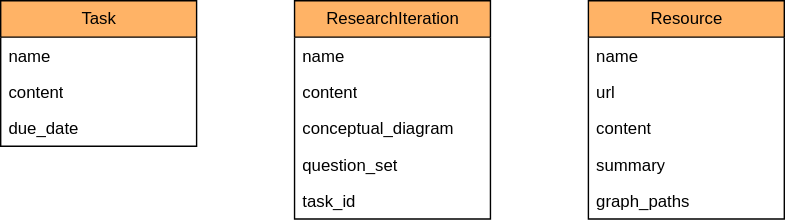
This is clients/python/percolate/notebooks/diagrams/researcher/entities.drawio.svg from Percolation-Labs/percolate, a draw.io export, as it was before one commit. Source tidied: cells renumbered, new cells last; positions are measured from the earlier drawing's top-left corner, leaving out a move shared by most shapes. Source of this version:
```xml
<mxGraphModel>
  <root>
    <mxCell id="0" />
    <mxCell id="1" parent="0" />
    <mxCell id="2" value="Task" style="swimlane;fontStyle=0;horizontal=1;startSize=26;fillColor=#FFB366;html=1;" parent="1" vertex="1">
      <mxGeometry width="140" height="104" as="geometry" />
    </mxCell>
    <mxCell id="3" value="name" style="text;strokeColor=none;fillColor=none;align=left;verticalAlign=top;spacingLeft=4;spacingRight=4;overflow=hidden;whiteSpace=wrap;html=1;" parent="2" vertex="1">
      <mxGeometry y="26" width="140" height="26" as="geometry" />
    </mxCell>
    <mxCell id="4" value="content" style="text;strokeColor=none;fillColor=none;align=left;verticalAlign=top;spacingLeft=4;spacingRight=4;overflow=hidden;whiteSpace=wrap;html=1;" parent="2" vertex="1">
      <mxGeometry y="52" width="140" height="26" as="geometry" />
    </mxCell>
    <mxCell id="5" value="due_date" style="text;strokeColor=none;fillColor=none;align=left;verticalAlign=top;spacingLeft=4;spacingRight=4;overflow=hidden;whiteSpace=wrap;html=1;" parent="2" vertex="1">
      <mxGeometry y="78" width="140" height="26" as="geometry" />
    </mxCell>
    <mxCell id="6" value="ResearchIteration" style="swimlane;fontStyle=0;horizontal=1;startSize=26;fillColor=#FFB366;html=1;" parent="1" vertex="1">
      <mxGeometry x="210" width="140" height="156" as="geometry" />
    </mxCell>
    <mxCell id="7" value="name" style="text;strokeColor=none;fillColor=none;align=left;verticalAlign=top;spacingLeft=4;spacingRight=4;overflow=hidden;whiteSpace=wrap;html=1;" parent="6" vertex="1">
      <mxGeometry y="26" width="140" height="26" as="geometry" />
    </mxCell>
    <mxCell id="8" value="content" style="text;strokeColor=none;fillColor=none;align=left;verticalAlign=top;spacingLeft=4;spacingRight=4;overflow=hidden;whiteSpace=wrap;html=1;" parent="6" vertex="1">
      <mxGeometry y="52" width="140" height="26" as="geometry" />
    </mxCell>
    <mxCell id="9" value="conceptual_diagram" style="text;strokeColor=none;fillColor=none;align=left;verticalAlign=top;spacingLeft=4;spacingRight=4;overflow=hidden;whiteSpace=wrap;html=1;" parent="6" vertex="1">
      <mxGeometry y="78" width="140" height="26" as="geometry" />
    </mxCell>
    <mxCell id="10" value="question_set" style="text;strokeColor=none;fillColor=none;align=left;verticalAlign=top;spacingLeft=4;spacingRight=4;overflow=hidden;whiteSpace=wrap;html=1;" parent="6" vertex="1">
      <mxGeometry y="104" width="140" height="26" as="geometry" />
    </mxCell>
    <mxCell id="11" value="task_id" style="text;strokeColor=none;fillColor=none;align=left;verticalAlign=top;spacingLeft=4;spacingRight=4;overflow=hidden;whiteSpace=wrap;html=1;" parent="6" vertex="1">
      <mxGeometry y="130" width="140" height="26" as="geometry" />
    </mxCell>
    <mxCell id="12" value="Resource" style="swimlane;fontStyle=0;horizontal=1;startSize=26;fillColor=#FFB366;html=1;" parent="1" vertex="1">
      <mxGeometry x="420" width="140" height="156" as="geometry" />
    </mxCell>
    <mxCell id="13" value="name" style="text;strokeColor=none;fillColor=none;align=left;verticalAlign=top;spacingLeft=4;spacingRight=4;overflow=hidden;whiteSpace=wrap;html=1;" parent="12" vertex="1">
      <mxGeometry y="26" width="140" height="26" as="geometry" />
    </mxCell>
    <mxCell id="14" value="url" style="text;strokeColor=none;fillColor=none;align=left;verticalAlign=top;spacingLeft=4;spacingRight=4;overflow=hidden;whiteSpace=wrap;html=1;" parent="12" vertex="1">
      <mxGeometry y="52" width="140" height="26" as="geometry" />
    </mxCell>
    <mxCell id="15" value="content" style="text;strokeColor=none;fillColor=none;align=left;verticalAlign=top;spacingLeft=4;spacingRight=4;overflow=hidden;whiteSpace=wrap;html=1;" parent="12" vertex="1">
      <mxGeometry y="78" width="140" height="26" as="geometry" />
    </mxCell>
    <mxCell id="16" value="summary" style="text;strokeColor=none;fillColor=none;align=left;verticalAlign=top;spacingLeft=4;spacingRight=4;overflow=hidden;whiteSpace=wrap;html=1;" parent="12" vertex="1">
      <mxGeometry y="104" width="140" height="26" as="geometry" />
    </mxCell>
    <mxCell id="17" value="graph_paths" style="text;strokeColor=none;fillColor=none;align=left;verticalAlign=top;spacingLeft=4;spacingRight=4;overflow=hidden;whiteSpace=wrap;html=1;" parent="12" vertex="1">
      <mxGeometry y="130" width="140" height="26" as="geometry" />
    </mxCell>
  </root>
</mxGraphModel>
```
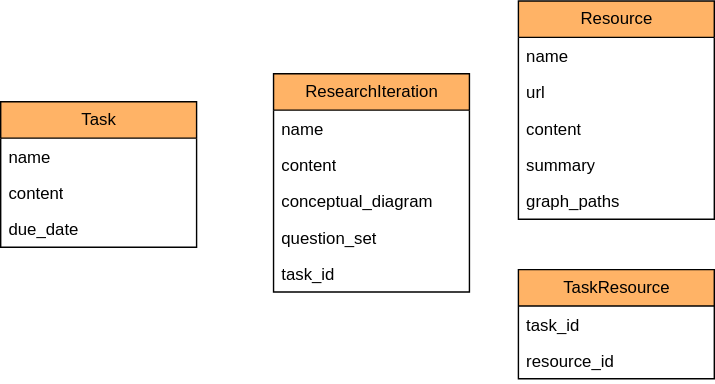
Later version of the same file.

Change to the diagram source:
```diff
@@ -3,7 +3,7 @@
     <mxCell id="0" />
     <mxCell id="1" parent="0" />
     <mxCell id="2" value="Task" style="swimlane;fontStyle=0;horizontal=1;startSize=26;fillColor=#FFB366;html=1;" parent="1" vertex="1">
-      <mxGeometry width="140" height="104" as="geometry" />
+      <mxGeometry x="-30" y="-8" width="140" height="104" as="geometry" />
     </mxCell>
     <mxCell id="3" value="name" style="text;strokeColor=none;fillColor=none;align=left;verticalAlign=top;spacingLeft=4;spacingRight=4;overflow=hidden;whiteSpace=wrap;html=1;" parent="2" vertex="1">
       <mxGeometry y="26" width="140" height="26" as="geometry" />
@@ -15,7 +15,7 @@
       <mxGeometry y="78" width="140" height="26" as="geometry" />
     </mxCell>
     <mxCell id="6" value="ResearchIteration" style="swimlane;fontStyle=0;horizontal=1;startSize=26;fillColor=#FFB366;html=1;" parent="1" vertex="1">
-      <mxGeometry x="210" width="140" height="156" as="geometry" />
+      <mxGeometry x="165" y="-28" width="140" height="156" as="geometry" />
     </mxCell>
     <mxCell id="7" value="name" style="text;strokeColor=none;fillColor=none;align=left;verticalAlign=top;spacingLeft=4;spacingRight=4;overflow=hidden;whiteSpace=wrap;html=1;" parent="6" vertex="1">
       <mxGeometry y="26" width="140" height="26" as="geometry" />
@@ -33,7 +33,7 @@
       <mxGeometry y="130" width="140" height="26" as="geometry" />
     </mxCell>
     <mxCell id="12" value="Resource" style="swimlane;fontStyle=0;horizontal=1;startSize=26;fillColor=#FFB366;html=1;" parent="1" vertex="1">
-      <mxGeometry x="420" width="140" height="156" as="geometry" />
+      <mxGeometry x="340" y="-80" width="140" height="156" as="geometry" />
     </mxCell>
     <mxCell id="13" value="name" style="text;strokeColor=none;fillColor=none;align=left;verticalAlign=top;spacingLeft=4;spacingRight=4;overflow=hidden;whiteSpace=wrap;html=1;" parent="12" vertex="1">
       <mxGeometry y="26" width="140" height="26" as="geometry" />
@@ -50,5 +50,14 @@
     <mxCell id="17" value="graph_paths" style="text;strokeColor=none;fillColor=none;align=left;verticalAlign=top;spacingLeft=4;spacingRight=4;overflow=hidden;whiteSpace=wrap;html=1;" parent="12" vertex="1">
       <mxGeometry y="130" width="140" height="26" as="geometry" />
     </mxCell>
+    <mxCell id="18" value="TaskResource" style="swimlane;fontStyle=0;horizontal=1;startSize=26;fillColor=#FFB366;html=1;" parent="1" vertex="1">
+      <mxGeometry x="340" y="112" width="140" height="78" as="geometry" />
+    </mxCell>
+    <mxCell id="19" value="task_id" style="text;strokeColor=none;fillColor=none;align=left;verticalAlign=top;spacingLeft=4;spacingRight=4;overflow=hidden;whiteSpace=wrap;html=1;" parent="18" vertex="1">
+      <mxGeometry y="26" width="140" height="26" as="geometry" />
+    </mxCell>
+    <mxCell id="20" value="resource_id" style="text;strokeColor=none;fillColor=none;align=left;verticalAlign=top;spacingLeft=4;spacingRight=4;overflow=hidden;whiteSpace=wrap;html=1;" parent="18" vertex="1">
+      <mxGeometry y="52" width="140" height="26" as="geometry" />
+    </mxCell>
   </root>
 </mxGraphModel>
```
